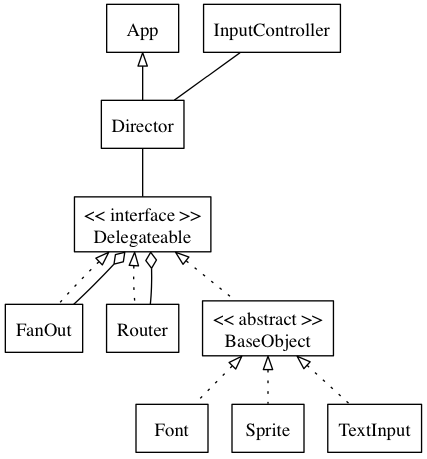
Before: docs/class_diagram.png, a diagram exported from Graphviz (michaelcontento/bono). Its source is kept beside it as docs/class_diagram.dot.
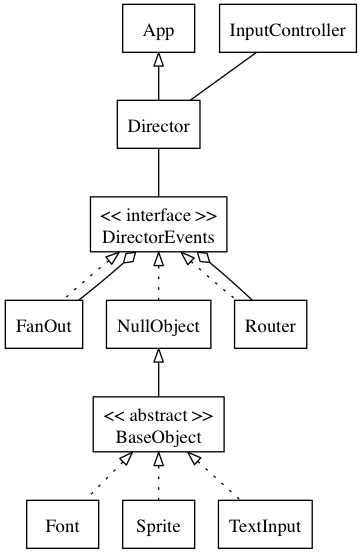
After the change.

Diff of the diagram source:
```diff
@@ -4,17 +4,18 @@
     subgraph extends {
         edge [dir=back, arrowtail=onormal]
         App -> Director [weight=8]
+        NullObject -> BaseObject
     }
 
     subgraph aggregations {
         edge [arrowhead=odiamond]
-        FanOut -> Delegateable
-        Router -> Delegateable
+        FanOut -> DirectorEvents
+        Router -> DirectorEvents
     }
 
     subgraph relations {
         edge [arrowhead=none]
-        Director -> Delegateable [weight=8]
+        Director -> DirectorEvents [weight=8]
         InputController -> Director
     }
 
@@ -23,11 +24,11 @@
         BaseObject -> Font
         BaseObject -> Sprite
         BaseObject -> TextInput
-        Delegateable -> BaseObject
-        Delegateable -> FanOut
-        Delegateable -> Router
+        DirectorEvents -> NullObject
+        DirectorEvents -> FanOut
+        DirectorEvents -> Router
     }
 
     BaseObject [label="<< abstract >>\nBaseObject"]
-    Delegateable [label="<< interface >>\nDelegateable"]
+    DirectorEvents [label="<< interface >>\nDirectorEvents"]
 }
```
